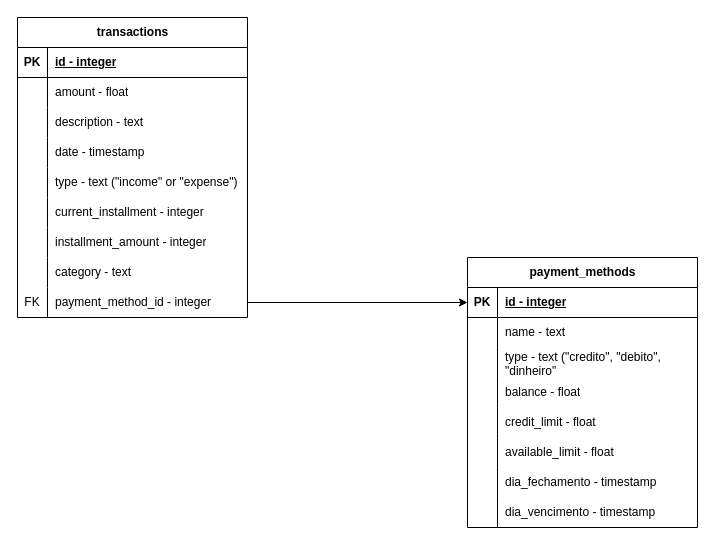
Before: docs/diagrama-er.drawio in bbiancalopess/expense-tracker, a draw.io diagram. Source tidied: cells renumbered, new cells numbered last; positions are measured from the earlier drawing's top-left corner, leaving out a move shared by most shapes. Both pictures are drawn from the tidied source at 100%, with x=0, y=0 at pixel (17, 17).
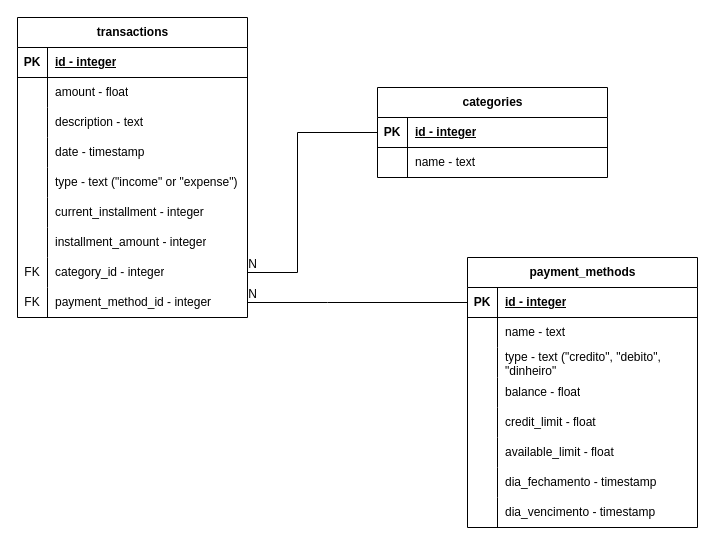
The same diagram, later.

The change refers to these unchanged cells:
```xml
<mxCell id="24" style="shape=tableRow;horizontal=0;startSize=0;swimlaneHead=0;swimlaneBody=0;fillColor=none;points=[[0,0.5],[1,0.5]];portConstraint=eastwest;top=0;left=0;right=0;bottom=0;" parent="2" vertex="1">
  <mxGeometry y="240" width="230" height="30" as="geometry" />
</mxCell>
<mxCell id="27" style="shape=tableRow;horizontal=0;startSize=0;swimlaneHead=0;swimlaneBody=0;fillColor=none;points=[[0,0.5],[1,0.5]];portConstraint=eastwest;top=0;left=0;right=0;bottom=0;" parent="2" vertex="1">
  <mxGeometry y="270" width="230" height="30" as="geometry" />
</mxCell>
<mxCell id="31" style="shape=tableRow;horizontal=0;startSize=0;swimlaneHead=0;swimlaneBody=0;fillColor=none;points=[[0,0.5],[1,0.5]];portConstraint=eastwest;top=0;left=0;right=0;bottom=1;" parent="30" vertex="1">
  <mxGeometry y="30" width="230" height="30" as="geometry" />
</mxCell>
```

The edit, as a diff of the source:
```diff
@@
-    <mxCell id="25" style="shape=partialRectangle;fillColor=none;top=0;left=0;bottom=0;right=0;overflow=hidden;whiteSpace=wrap;html=1;" parent="24" vertex="1">
+    <mxCell id="25" value="FK" style="shape=partialRectangle;fillColor=none;top=0;left=0;bottom=0;right=0;overflow=hidden;whiteSpace=wrap;html=1;" parent="24" vertex="1">
       <mxGeometry width="30" height="30" as="geometry" />
     </mxCell>
-    <mxCell id="26" value="category - text" style="shape=partialRectangle;fillColor=none;top=0;left=0;bottom=0;right=0;align=left;spacingLeft=6;overflow=hidden;whiteSpace=wrap;html=1;" parent="24" vertex="1">
+    <mxCell id="26" value="category_id - integer" style="shape=partialRectangle;fillColor=none;top=0;left=0;bottom=0;right=0;align=left;spacingLeft=6;overflow=hidden;whiteSpace=wrap;html=1;" parent="24" vertex="1">
       <mxGeometry x="30" width="200" height="30" as="geometry" />
     </mxCell>
@@
-    <mxCell id="55" style="edgeStyle=orthogonalEdgeStyle;rounded=0;jettySize=auto;html=1;entryX=0;entryY=0.5;entryDx=0;entryDy=0;" parent="1" edge="1" source="27" target="31">
-      <mxGeometry relative="1" as="geometry" />
-    </mxCell>
+    <mxCell id="56" value="categories" style="shape=table;startSize=30;childLayout=tableLayout;rowLines=0;fontStyle=1;align=center;html=1;" parent="1" vertex="1">
+      <mxGeometry x="360" y="70" width="230" height="90" as="geometry" />
+    </mxCell>
+    <mxCell id="57" style="shape=tableRow;horizontal=0;startSize=0;swimlaneHead=0;swimlaneBody=0;fillColor=none;points=[[0,0.5],[1,0.5]];portConstraint=eastwest;top=0;left=0;right=0;bottom=1;" parent="56" vertex="1">
+      <mxGeometry y="30" width="230" height="30" as="geometry" />
+    </mxCell>
+    <mxCell id="58" value="PK" style="shape=partialRectangle;fillColor=none;top=0;left=0;bottom=0;right=0;fontStyle=1;overflow=hidden;whiteSpace=wrap;html=1;" parent="57" vertex="1">
+      <mxGeometry width="30" height="30" as="geometry" />
+    </mxCell>
+    <mxCell id="59" value="id - integer" style="shape=partialRectangle;fillColor=none;top=0;left=0;bottom=0;right=0;align=left;spacingLeft=6;fontStyle=5;overflow=hidden;whiteSpace=wrap;html=1;" parent="57" vertex="1">
+      <mxGeometry x="30" width="200" height="30" as="geometry" />
+    </mxCell>
+    <mxCell id="60" style="shape=tableRow;horizontal=0;startSize=0;swimlaneHead=0;swimlaneBody=0;fillColor=none;top=0;left=0;right=0;bottom=0;" parent="56" vertex="1">
+      <mxGeometry y="60" width="230" height="30" as="geometry" />
+    </mxCell>
+    <mxCell id="61" style="shape=partialRectangle;fillColor=none;top=0;left=0;bottom=0;right=0;overflow=hidden;whiteSpace=wrap;html=1;" parent="60" vertex="1">
+      <mxGeometry width="30" height="30" as="geometry" />
+    </mxCell>
+    <mxCell id="62" value="name - text" style="shape=partialRectangle;fillColor=none;top=0;left=0;bottom=0;right=0;align=left;spacingLeft=6;overflow=hidden;whiteSpace=wrap;html=1;" parent="60" vertex="1">
+      <mxGeometry x="30" width="200" height="30" as="geometry" />
+    </mxCell>
+    <mxCell id="63" style="endArrow=none;html=1;rounded=0;entryX=1;entryY=0.5;entryDx=0;entryDy=0;exitX=0;exitY=0.5;exitDx=0;exitDy=0;" parent="1" edge="1" source="57" target="24">
+      <mxGeometry relative="1" as="geometry">
+        <Array as="points">
+          <mxPoint x="280" y="115" />
+          <mxPoint x="280" y="255" />
+        </Array>
+      </mxGeometry>
+    </mxCell>
+    <mxCell id="64" value="N" style="html=1;whiteSpace=wrap;align=right;verticalAlign=bottom;" parent="63" vertex="1">
+      <mxGeometry x="1" relative="1" as="geometry">
+        <mxPoint x="11" as="offset" />
+      </mxGeometry>
+    </mxCell>
+    <mxCell id="65" style="endArrow=none;html=1;rounded=0;entryX=1;entryY=0.5;entryDx=0;entryDy=0;exitX=0;exitY=0.5;exitDx=0;exitDy=0;" parent="1" edge="1" source="31" target="27">
+      <mxGeometry relative="1" as="geometry">
+        <Array as="points">
+          <mxPoint x="310" y="285" />
+        </Array>
+      </mxGeometry>
+    </mxCell>
+    <mxCell id="66" value="N" style="html=1;whiteSpace=wrap;align=right;verticalAlign=bottom;" parent="65" vertex="1">
+      <mxGeometry x="1" relative="1" as="geometry">
+        <mxPoint x="11" as="offset" />
+      </mxGeometry>
+    </mxCell>
```
